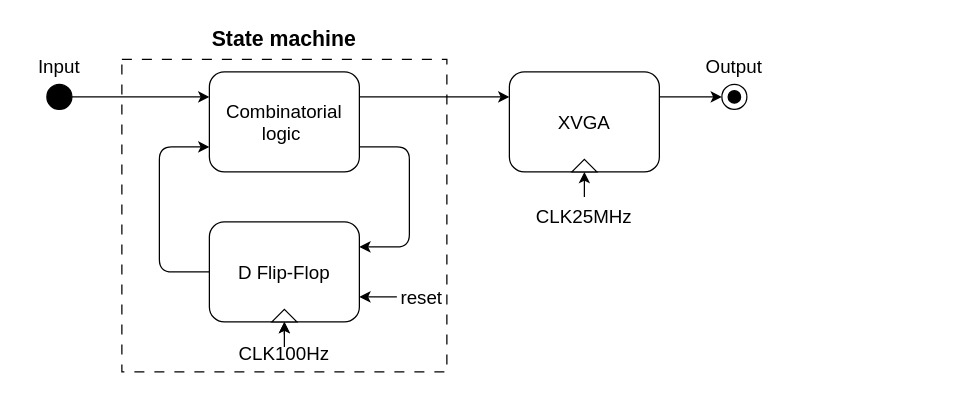
Earlier version of the draw.io diagram Main.drawio (aloysf/Project_Pong_VHDL). Source tidied: cells renumbered, new cells numbered last; positions are measured from the earlier drawing's top-left corner, leaving out a move shared by most shapes. Both pictures are drawn from the tidied source at 125%, with x=0, y=0 at pixel (21, 21).
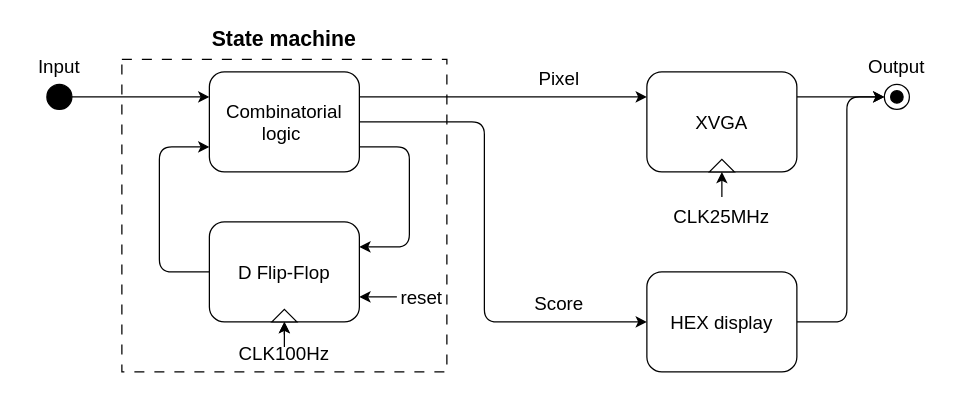
After the change.

Unchanged cells that the change refers to:
```xml
<mxCell id="21" value="Combinatorial&lt;div&gt;logic&amp;nbsp;&lt;/div&gt;" style="text;html=1;align=center;verticalAlign=middle;whiteSpace=wrap;rounded=0;fontSize=15;" parent="1" vertex="1">
  <mxGeometry x="150" y="65" width="120" height="30" as="geometry" />
</mxCell>
```

Diff of the diagram source:
```diff
@@
     <mxCell id="10" style="rounded=1;whiteSpace=wrap;html=1;fontSize=15;" parent="1" vertex="1">
-      <mxGeometry x="390" y="40" width="120" height="80" as="geometry" />
+      <mxGeometry x="500" y="40" width="120" height="80" as="geometry" />
     </mxCell>
@@
     <mxCell id="18" value="CLK25MHz" style="text;html=1;align=center;verticalAlign=middle;whiteSpace=wrap;rounded=0;fontSize=15;" parent="1" vertex="1">
-      <mxGeometry x="420" y="140" width="60" height="30" as="geometry" />
+      <mxGeometry x="530" y="140" width="60" height="30" as="geometry" />
     </mxCell>
     <mxCell id="19" style="triangle;whiteSpace=wrap;html=1;rotation=-90;fontSize=15;" parent="1" vertex="1">
-      <mxGeometry x="445" y="105" width="10" height="20" as="geometry" />
+      <mxGeometry x="555" y="105" width="10" height="20" as="geometry" />
     </mxCell>
     <mxCell id="20" style="shape=mxgraph.sysml.actFinal;html=1;verticalLabelPosition=bottom;labelBackgroundColor=#ffffff;verticalAlign=top;fontSize=15;" parent="1" vertex="1">
-      <mxGeometry x="560" y="50" width="20" height="20" as="geometry" />
+      <mxGeometry x="690" y="50" width="20" height="20" as="geometry" />
     </mxCell>
+    <mxCell id="28" style="edgeStyle=none;html=1;exitX=1;exitY=0.5;exitDx=0;exitDy=0;entryX=0;entryY=0.5;entryDx=0;entryDy=0;" parent="1" edge="1" source="21" target="29">
+      <mxGeometry relative="1" as="geometry">
+        <Array as="points">
+          <mxPoint x="370" y="80" />
+          <mxPoint x="370" y="240" />
+        </Array>
+      </mxGeometry>
+    </mxCell>
@@
     <mxCell id="22" value="XVGA" style="text;html=1;align=center;verticalAlign=middle;whiteSpace=wrap;rounded=0;fontSize=15;" parent="1" vertex="1">
-      <mxGeometry x="420" y="65" width="60" height="30" as="geometry" />
+      <mxGeometry x="530" y="65" width="60" height="30" as="geometry" />
     </mxCell>
     <mxCell id="23" value="Output" style="text;html=1;align=center;verticalAlign=middle;whiteSpace=wrap;rounded=0;fontSize=15;" parent="1" vertex="1">
-      <mxGeometry x="540" y="20" width="60" height="30" as="geometry" />
+      <mxGeometry x="670" y="20" width="60" height="30" as="geometry" />
     </mxCell>
@@
+    <mxCell id="29" style="rounded=1;whiteSpace=wrap;html=1;fontSize=15;" parent="1" vertex="1">
+      <mxGeometry x="500" y="200" width="120" height="80" as="geometry" />
+    </mxCell>
+    <mxCell id="30" value="HEX display" style="text;html=1;align=center;verticalAlign=middle;whiteSpace=wrap;rounded=0;fontSize=15;" parent="1" vertex="1">
+      <mxGeometry x="500" y="225" width="120" height="30" as="geometry" />
+    </mxCell>
+    <mxCell id="31" style="edgeStyle=none;html=1;entryX=0;entryY=0.5;entryDx=0;entryDy=0;entryPerimeter=0;" parent="1" edge="1" source="29" target="20">
+      <mxGeometry relative="1" as="geometry">
+        <Array as="points">
+          <mxPoint x="660" y="240" />
+          <mxPoint x="660" y="60" />
+        </Array>
+      </mxGeometry>
+    </mxCell>
+    <mxCell id="32" value="Pixel" style="text;html=1;align=center;verticalAlign=middle;whiteSpace=wrap;rounded=0;fontSize=15;" parent="1" vertex="1">
+      <mxGeometry x="400" y="30" width="60" height="30" as="geometry" />
+    </mxCell>
+    <mxCell id="33" value="Score" style="text;html=1;align=center;verticalAlign=middle;whiteSpace=wrap;rounded=0;fontSize=15;" parent="1" vertex="1">
+      <mxGeometry x="400" y="210" width="60" height="30" as="geometry" />
+    </mxCell>
```
